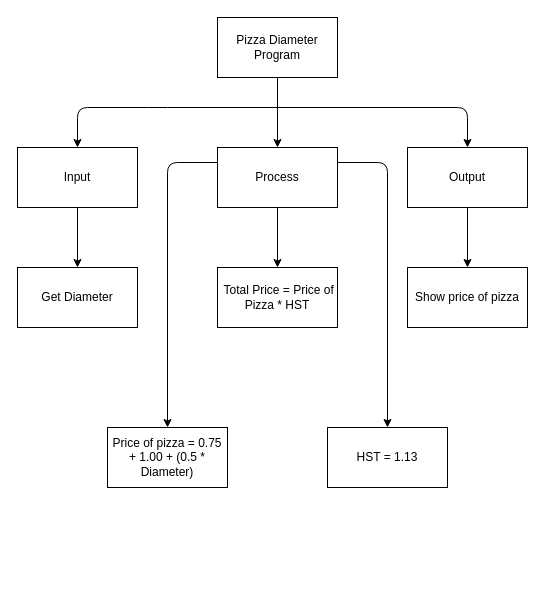
This is design.drawio from Ethan-Prieur1/ICS3U-Unit2-04-Python, a draw.io file, before an edit. Source tidied: cells renumbered, new cells numbered last; positions are measured from the earlier drawing's top-left corner, leaving out a move shared by most shapes. Both pictures are drawn from the tidied source at 100%, with x=0, y=0 at pixel (17, 17).
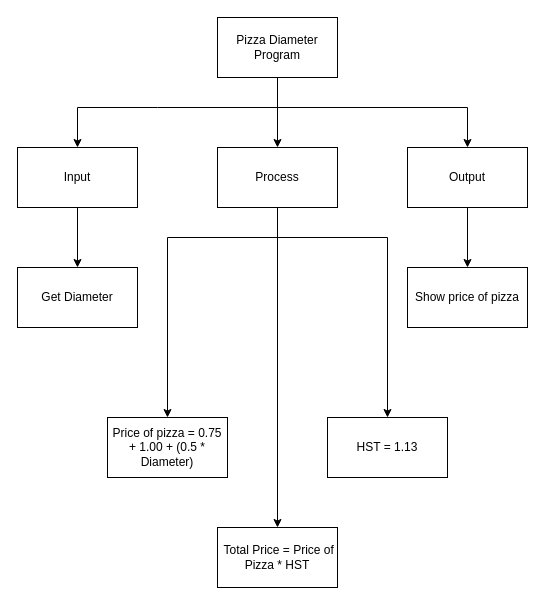
The same diagram, later.

The change refers to these unchanged cells:
```xml
<mxCell id="7" value="Input" style="rounded=0;whiteSpace=wrap;html=1;" parent="1" vertex="1">
  <mxGeometry y="130" width="120" height="60" as="geometry" />
</mxCell>
<mxCell id="11" value="Process" style="rounded=0;whiteSpace=wrap;html=1;" parent="1" vertex="1">
  <mxGeometry x="200" y="130" width="120" height="60" as="geometry" />
</mxCell>
<mxCell id="13" value="Output" style="rounded=0;whiteSpace=wrap;html=1;" parent="1" vertex="1">
  <mxGeometry x="390" y="130" width="120" height="60" as="geometry" />
</mxCell>
```

Change to the diagram source:
```diff
@@
-    <mxCell id="3" style="edgeStyle=none;html=1;entryX=0.5;entryY=0;entryDx=0;entryDy=0;" parent="1" edge="1" target="7">
+    <mxCell id="3" style="edgeStyle=none;html=1;entryX=0.5;entryY=0;entryDx=0;entryDy=0;rounded=0;" parent="1" edge="1" target="7">
       <mxGeometry relative="1" as="geometry">
         <mxPoint x="260" y="90" as="sourcePoint" />
         <Array as="points">
           <mxPoint x="140" y="90" />
           <mxPoint x="60" y="90" />
         </Array>
       </mxGeometry>
     </mxCell>
-    <mxCell id="4" style="edgeStyle=none;html=1;entryX=0.5;entryY=0;entryDx=0;entryDy=0;" parent="1" edge="1" target="13">
+    <mxCell id="4" style="edgeStyle=none;html=1;entryX=0.5;entryY=0;entryDx=0;entryDy=0;rounded=0;" parent="1" edge="1" target="13">
       <mxGeometry relative="1" as="geometry">
         <mxPoint x="260" y="90" as="sourcePoint" />
         <Array as="points">
           <mxPoint x="450" y="90" />
         </Array>
       </mxGeometry>
     </mxCell>
@@
-    <mxCell id="8" style="edgeStyle=none;html=1;exitX=0;exitY=0.25;exitDx=0;exitDy=0;entryX=0.5;entryY=0;entryDx=0;entryDy=0;" parent="1" edge="1" source="11" target="15">
+    <mxCell id="8" style="edgeStyle=none;html=1;entryX=0.5;entryY=0;entryDx=0;entryDy=0;rounded=0;" parent="1" edge="1" target="15">
       <mxGeometry relative="1" as="geometry">
+        <mxPoint x="260" y="220" as="sourcePoint" />
         <Array as="points">
-          <mxPoint x="150" y="145" />
+          <mxPoint x="150" y="220" />
         </Array>
       </mxGeometry>
     </mxCell>
-    <mxCell id="9" style="edgeStyle=none;html=1;exitX=0.5;exitY=1;exitDx=0;exitDy=0;" parent="1" edge="1" source="11">
-      <mxGeometry relative="1" as="geometry">
-        <mxPoint x="260" y="250" as="targetPoint" />
-      </mxGeometry>
+    <mxCell id="9" style="edgeStyle=none;html=1;exitX=0.5;exitY=1;exitDx=0;exitDy=0;entryX=0.5;entryY=0;entryDx=0;entryDy=0;" parent="1" edge="1" source="11" target="17">
+      <mxGeometry relative="1" as="geometry" />
     </mxCell>
-    <mxCell id="10" style="edgeStyle=none;html=1;exitX=1;exitY=0.25;exitDx=0;exitDy=0;entryX=0.5;entryY=0;entryDx=0;entryDy=0;" parent="1" edge="1" source="11" target="18">
+    <mxCell id="10" style="edgeStyle=none;html=1;entryX=0.5;entryY=0;entryDx=0;entryDy=0;rounded=0;" parent="1" edge="1" target="18">
       <mxGeometry relative="1" as="geometry">
+        <mxPoint x="260" y="220" as="sourcePoint" />
         <Array as="points">
-          <mxPoint x="370" y="145" />
+          <mxPoint x="370" y="220" />
         </Array>
       </mxGeometry>
     </mxCell>
@@
     <mxCell id="15" value="Price of pizza = 0.75 + 1.00 + (0.5 * Diameter)" style="rounded=0;whiteSpace=wrap;html=1;" parent="1" vertex="1">
-      <mxGeometry x="90" y="410" width="120" height="60" as="geometry" />
+      <mxGeometry x="90" y="400" width="120" height="60" as="geometry" />
     </mxCell>
@@
     <mxCell id="17" value="&amp;nbsp;Total Price = Price of Pizza * HST" style="rounded=0;whiteSpace=wrap;html=1;" parent="1" vertex="1">
-      <mxGeometry x="200" y="250" width="120" height="60" as="geometry" />
+      <mxGeometry x="200" y="510" width="120" height="60" as="geometry" />
     </mxCell>
     <mxCell id="18" value="HST = 1.13" style="rounded=0;whiteSpace=wrap;html=1;" parent="1" vertex="1">
-      <mxGeometry x="310" y="410" width="120" height="60" as="geometry" />
+      <mxGeometry x="310" y="400" width="120" height="60" as="geometry" />
     </mxCell>
```
